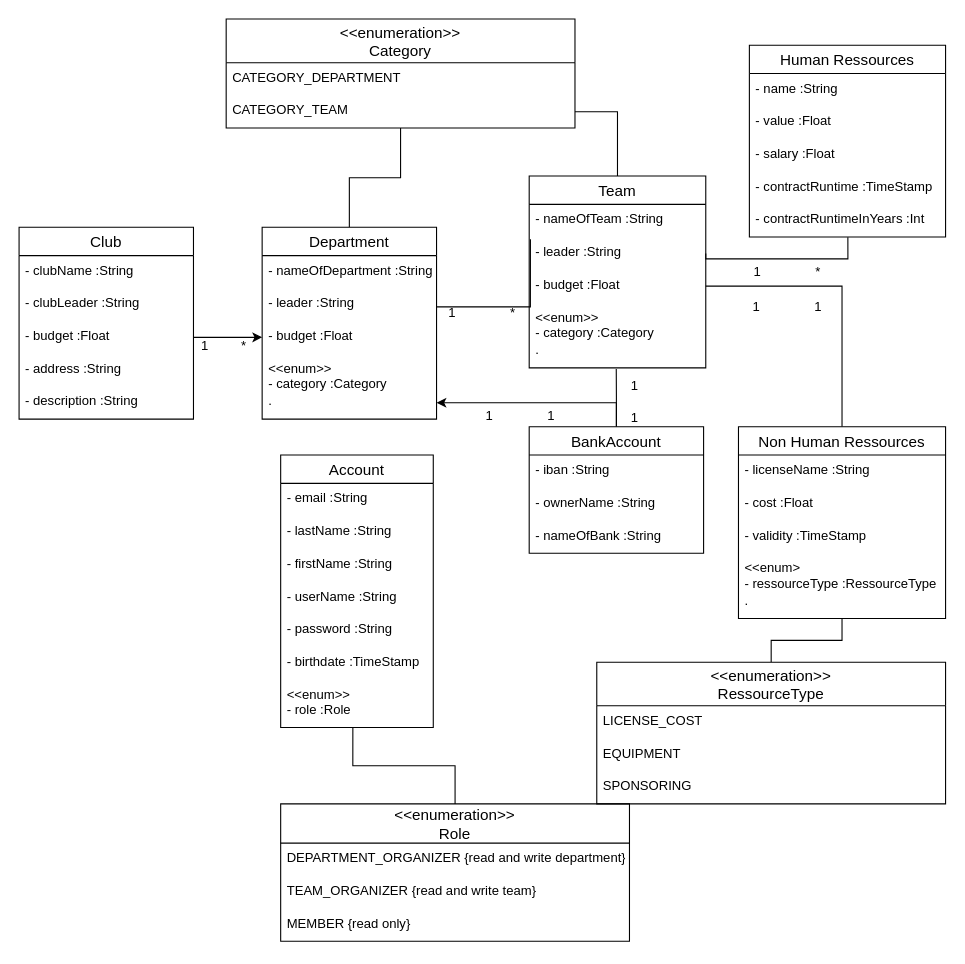
MJ7898/VereinsfinanzManager keeps this draw.io diagram as Documentation/Diagrams/domain_types.drawio. Above is the earlier version. Source tidied: cells renumbered, new cells numbered last; positions are measured from the earlier drawing's top-left corner, leaving out a move shared by most shapes. Both pictures are drawn from the tidied source at 109%, with x=0, y=0 at pixel (19, 19).
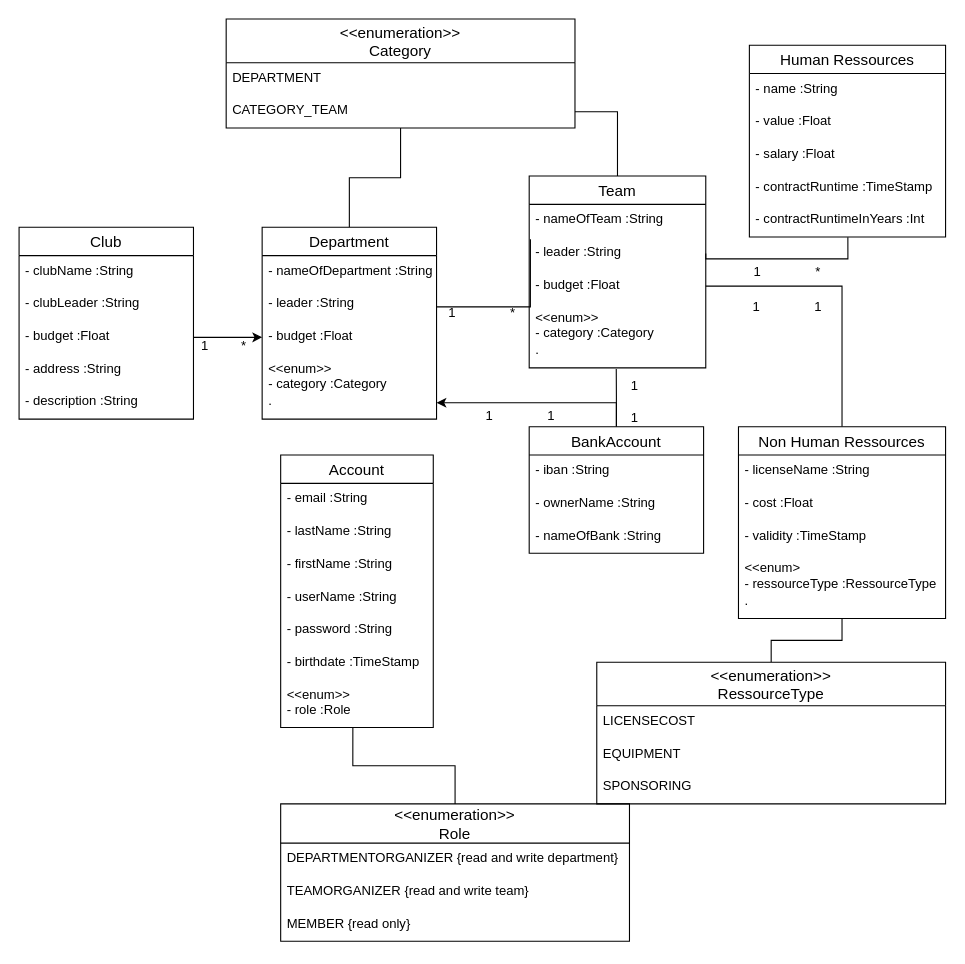
The same page after the edit.

The change refers to these unchanged cells:
```xml
<mxCell id="46" value="&lt;&lt;enumeration&gt;&gt;&#10;Role" style="swimlane;fontStyle=0;horizontal=1;startSize=36;align=center;fontSize=14;" parent="1" vertex="1">
  <mxGeometry x="240" y="720" width="320" height="126" as="geometry" />
</mxCell>
<mxCell id="55" value="&lt;&lt;enumeration&gt;&gt;&#10;Category" style="swimlane;fontStyle=0;horizontal=1;startSize=40;align=center;fontSize=14;" parent="1" vertex="1">
  <mxGeometry x="190" width="320" height="100" as="geometry" />
</mxCell>
<mxCell id="67" value="&lt;&lt;enumeration&gt;&gt;&#10;RessourceType" style="swimlane;fontStyle=0;horizontal=1;startSize=40;align=center;fontSize=14;" parent="1" vertex="1">
  <mxGeometry x="530" y="590" width="320" height="130" as="geometry" />
</mxCell>
```

The edit, as a diff of the source:
```diff
@@
-    <mxCell id="47" value="DEPARTMENT_ORGANIZER {read and write department}" style="text;strokeColor=none;fillColor=none;spacingLeft=4;spacingRight=4;overflow=hidden;fontSize=12;" parent="46" vertex="1">
+    <mxCell id="47" value="DEPARTMENTORGANIZER {read and write department}" style="text;strokeColor=none;fillColor=none;spacingLeft=4;spacingRight=4;overflow=hidden;fontSize=12;" parent="46" vertex="1">
       <mxGeometry y="36" width="320" height="30" as="geometry" />
     </mxCell>
-    <mxCell id="48" value="TEAM_ORGANIZER {read and write team}" style="text;strokeColor=none;fillColor=none;spacingLeft=4;spacingRight=4;overflow=hidden;fontSize=12;" parent="46" vertex="1">
+    <mxCell id="48" value="TEAMORGANIZER {read and write team}" style="text;strokeColor=none;fillColor=none;spacingLeft=4;spacingRight=4;overflow=hidden;fontSize=12;" parent="46" vertex="1">
       <mxGeometry y="66" width="320" height="30" as="geometry" />
     </mxCell>
@@
-    <mxCell id="56" value="CATEGORY_DEPARTMENT" style="text;strokeColor=none;fillColor=none;spacingLeft=4;spacingRight=4;overflow=hidden;fontSize=12;" parent="55" vertex="1">
+    <mxCell id="56" value="DEPARTMENT" style="text;strokeColor=none;fillColor=none;spacingLeft=4;spacingRight=4;overflow=hidden;fontSize=12;" parent="55" vertex="1">
       <mxGeometry y="40" width="320" height="30" as="geometry" />
     </mxCell>
@@
-    <mxCell id="68" value="LICENSE_COST" style="text;strokeColor=none;fillColor=none;spacingLeft=4;spacingRight=4;overflow=hidden;fontSize=12;" parent="67" vertex="1">
+    <mxCell id="68" value="LICENSECOST" style="text;strokeColor=none;fillColor=none;spacingLeft=4;spacingRight=4;overflow=hidden;fontSize=12;" parent="67" vertex="1">
       <mxGeometry y="40" width="320" height="30" as="geometry" />
     </mxCell>
```
